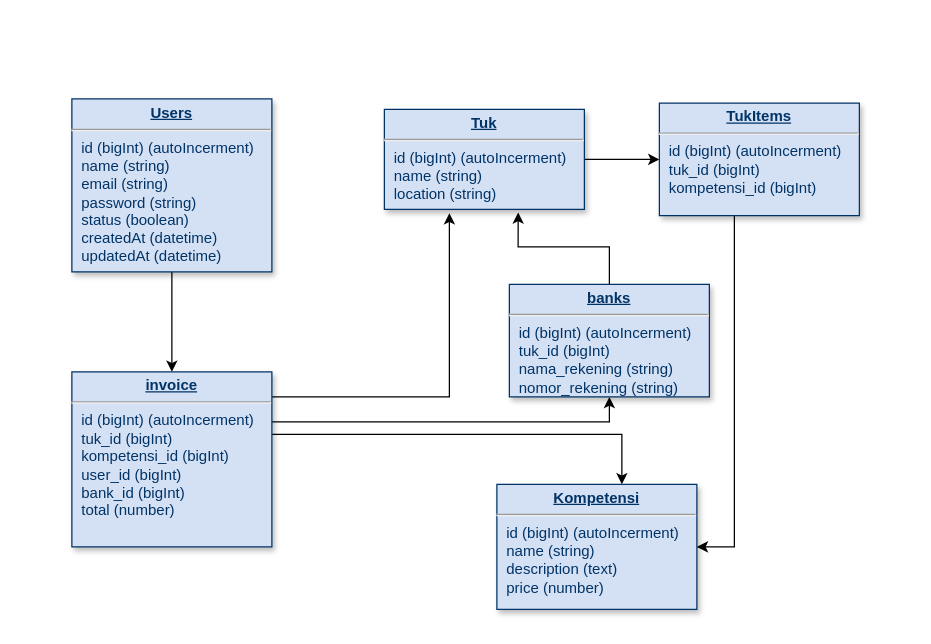
awankelana/vip-db keeps this draw.io diagram as db.drawio. Above is the earlier version. Source tidied: cells renumbered, new cells numbered last; positions are measured from the earlier drawing's top-left corner, leaving out a move shared by most shapes. Both pictures are drawn from the tidied source at 125%, with x=0, y=0 at pixel (71, 99).
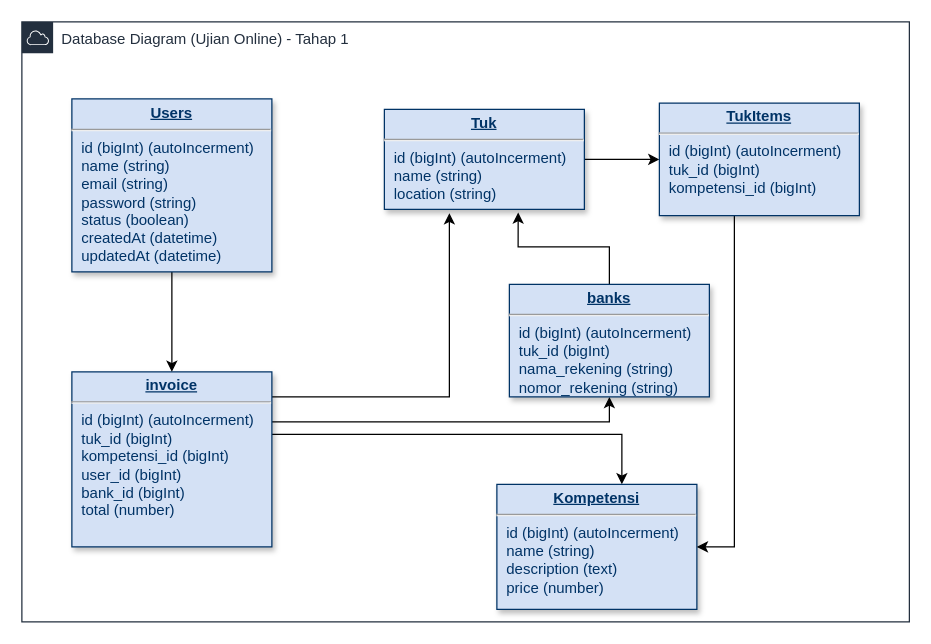
After the change.

The edit, as a diff of the source:
```diff
@@
+    <mxCell id="15" value="Database Diagram (Ujian Online) - Tahap 1" style="gradientColor=none;html=1;whiteSpace=wrap;fontSize=12;fontStyle=0;shape=mxgraph.aws4.group;grIcon=mxgraph.aws4.group_aws_cloud;strokeColor=#232F3E;fillColor=none;verticalAlign=top;align=left;spacingLeft=30;fontColor=#232F3E;dashed=0;" parent="1" vertex="1">
+      <mxGeometry x="-40" y="-62" width="710" height="480" as="geometry" />
+    </mxCell>
```
